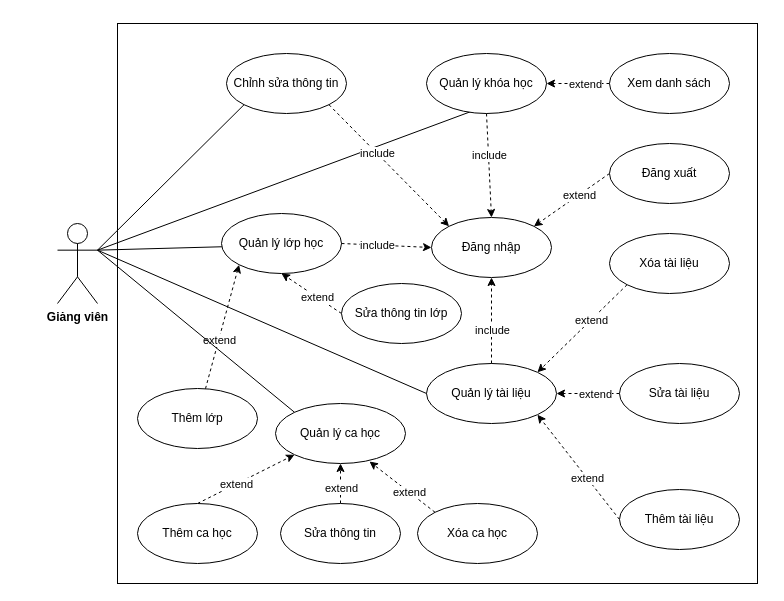
Earlier version of the draw.io diagram page "Usecase giảng viên" (4 of 5) of usecase.drawio (dctuyen/myFinalYearProject). Source tidied: cells renumbered, new cells numbered last; positions are measured from the earlier drawing's top-left corner, leaving out a move shared by most shapes. Both pictures are drawn from the tidied source at 100%, with x=0, y=0 at pixel (57, 23).
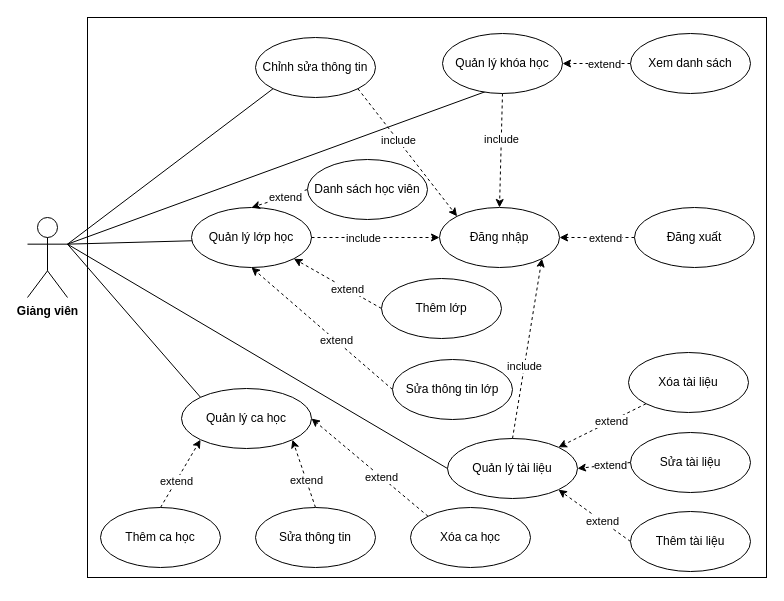
The same page after the edit.

Diff of the diagram source:
```diff
@@
     <mxCell id="2" style="rounded=0;whiteSpace=wrap;html=1;" parent="1" vertex="1">
-      <mxGeometry x="60" width="640" height="560" as="geometry" />
+      <mxGeometry x="30" y="-6" width="679" height="560" as="geometry" />
     </mxCell>
     <mxCell id="3" value="Đăng nhập" style="ellipse;whiteSpace=wrap;html=1;verticalAlign=middle;" parent="1" vertex="1">
-      <mxGeometry x="374" y="194" width="120" height="60" as="geometry" />
+      <mxGeometry x="382" y="184" width="120" height="60" as="geometry" />
     </mxCell>
     <mxCell id="4" value="&lt;b&gt;Giảng viên&lt;/b&gt;" style="shape=umlActor;verticalLabelPosition=bottom;verticalAlign=top;html=1;outlineConnect=0;" parent="1" vertex="1">
-      <mxGeometry y="200" width="40" height="80" as="geometry" />
+      <mxGeometry x="-30" y="194" width="40" height="80" as="geometry" />
     </mxCell>
@@
     <mxCell id="6" value="Quản lý tài liệu" style="ellipse;whiteSpace=wrap;html=1;verticalAlign=middle;" parent="1" vertex="1">
-      <mxGeometry x="369" y="340" width="130" height="60" as="geometry" />
+      <mxGeometry x="390" y="415" width="130" height="60" as="geometry" />
     </mxCell>
@@
     <mxCell id="8" value="Quản lý lớp học" style="ellipse;whiteSpace=wrap;html=1;verticalAlign=middle;" parent="1" vertex="1">
-      <mxGeometry x="164" y="190" width="120" height="60" as="geometry" />
+      <mxGeometry x="134" y="184" width="120" height="60" as="geometry" />
     </mxCell>
@@
     <mxCell id="10" value="Quản lý khóa học" style="ellipse;whiteSpace=wrap;html=1;verticalAlign=middle;" parent="1" vertex="1">
-      <mxGeometry x="369" y="30" width="120" height="60" as="geometry" />
+      <mxGeometry x="385" y="10" width="120" height="60" as="geometry" />
     </mxCell>
@@
-    <mxCell id="13" style="rounded=0;jettySize=auto;html=1;entryX=0.5;entryY=1;entryDx=0;entryDy=0;dashed=1;exitX=0.5;exitY=0;exitDx=0;exitDy=0;" parent="1" edge="1" source="6" target="3">
+    <mxCell id="13" style="rounded=0;jettySize=auto;html=1;entryX=1;entryY=1;entryDx=0;entryDy=0;dashed=1;exitX=0.5;exitY=0;exitDx=0;exitDy=0;" parent="1" edge="1" source="6" target="3">
       <mxGeometry relative="1" as="geometry" />
     </mxCell>
@@
     <mxCell id="17" value="Chỉnh sửa thông tin" style="ellipse;whiteSpace=wrap;html=1;verticalAlign=middle;" parent="1" vertex="1">
-      <mxGeometry x="169" y="30" width="120" height="60" as="geometry" />
+      <mxGeometry x="198" y="14" width="120" height="60" as="geometry" />
     </mxCell>
@@
-    <mxCell id="21" style="rounded=0;jettySize=auto;html=1;exitX=0;exitY=0.5;exitDx=0;exitDy=0;entryX=1;entryY=0;entryDx=0;entryDy=0;dashed=1;" parent="1" edge="1" source="23" target="3">
+    <mxCell id="21" style="rounded=0;jettySize=auto;html=1;exitX=0;exitY=0.5;exitDx=0;exitDy=0;entryX=1;entryY=0.5;entryDx=0;entryDy=0;dashed=1;" parent="1" edge="1" source="23" target="3">
       <mxGeometry relative="1" as="geometry" />
     </mxCell>
@@
     <mxCell id="23" value="Đăng xuất" style="ellipse;whiteSpace=wrap;html=1;verticalAlign=middle;" parent="1" vertex="1">
-      <mxGeometry x="552" y="120" width="120" height="60" as="geometry" />
+      <mxGeometry x="577" y="184" width="120" height="60" as="geometry" />
     </mxCell>
@@
     <mxCell id="26" value="Xem danh sách" style="ellipse;whiteSpace=wrap;html=1;verticalAlign=middle;" parent="1" vertex="1">
-      <mxGeometry x="552" y="30" width="120" height="60" as="geometry" />
+      <mxGeometry x="573" y="10" width="120" height="60" as="geometry" />
     </mxCell>
-    <mxCell id="27" style="rounded=0;jettySize=auto;html=1;entryX=0;entryY=1;entryDx=0;entryDy=0;dashed=1;" parent="1" edge="1" source="29" target="8">
+    <mxCell id="27" style="rounded=0;jettySize=auto;html=1;dashed=1;entryX=1;entryY=1;entryDx=0;entryDy=0;exitX=0;exitY=0.5;exitDx=0;exitDy=0;" parent="1" edge="1" source="29" target="8">
       <mxGeometry relative="1" as="geometry" />
     </mxCell>
@@
     <mxCell id="29" value="Thêm lớp" style="ellipse;whiteSpace=wrap;html=1;verticalAlign=middle;" parent="1" vertex="1">
-      <mxGeometry x="80" y="365" width="120" height="60" as="geometry" />
+      <mxGeometry x="324" y="255" width="120" height="60" as="geometry" />
     </mxCell>
@@
     <mxCell id="32" value="Sửa thông tin lớp" style="ellipse;whiteSpace=wrap;html=1;verticalAlign=middle;" parent="1" vertex="1">
-      <mxGeometry x="284" y="260" width="120" height="60" as="geometry" />
+      <mxGeometry x="335" y="336" width="120" height="60" as="geometry" />
     </mxCell>
@@
     <mxCell id="35" value="Thêm tài liệu" style="ellipse;whiteSpace=wrap;html=1;verticalAlign=middle;" parent="1" vertex="1">
-      <mxGeometry x="562" y="466" width="120" height="60" as="geometry" />
+      <mxGeometry x="573" y="488" width="120" height="60" as="geometry" />
     </mxCell>
@@
     <mxCell id="38" value="Sửa tài liệu" style="ellipse;whiteSpace=wrap;html=1;verticalAlign=middle;" parent="1" vertex="1">
-      <mxGeometry x="562" y="340" width="120" height="60" as="geometry" />
+      <mxGeometry x="573" y="409" width="120" height="60" as="geometry" />
     </mxCell>
@@
     <mxCell id="41" value="Xóa tài liệu" style="ellipse;whiteSpace=wrap;html=1;verticalAlign=middle;" parent="1" vertex="1">
-      <mxGeometry x="552" y="210" width="120" height="60" as="geometry" />
+      <mxGeometry x="571" y="329" width="120" height="60" as="geometry" />
     </mxCell>
     <mxCell id="42" value="Quản lý ca học" style="ellipse;whiteSpace=wrap;html=1;verticalAlign=middle;" parent="1" vertex="1">
-      <mxGeometry x="218" y="380" width="130" height="60" as="geometry" />
+      <mxGeometry x="124" y="365" width="130" height="60" as="geometry" />
     </mxCell>
@@
     <mxCell id="46" value="Thêm ca học" style="ellipse;whiteSpace=wrap;html=1;verticalAlign=middle;" parent="1" vertex="1">
-      <mxGeometry x="80" y="480" width="120" height="60" as="geometry" />
+      <mxGeometry x="43" y="484" width="120" height="60" as="geometry" />
     </mxCell>
-    <mxCell id="47" style="rounded=0;jettySize=auto;html=1;exitX=0.5;exitY=0;exitDx=0;exitDy=0;entryX=0.5;entryY=1;entryDx=0;entryDy=0;dashed=1;" parent="1" edge="1" source="49" target="42">
+    <mxCell id="47" style="rounded=0;jettySize=auto;html=1;exitX=0.5;exitY=0;exitDx=0;exitDy=0;entryX=1;entryY=1;entryDx=0;entryDy=0;dashed=1;" parent="1" edge="1" source="49" target="42">
       <mxGeometry relative="1" as="geometry" />
     </mxCell>
@@
     <mxCell id="49" value="Sửa thông tin" style="ellipse;whiteSpace=wrap;html=1;verticalAlign=middle;" parent="1" vertex="1">
-      <mxGeometry x="223" y="480" width="120" height="60" as="geometry" />
+      <mxGeometry x="198" y="484" width="120" height="60" as="geometry" />
     </mxCell>
-    <mxCell id="50" style="rounded=0;jettySize=auto;html=1;exitX=0;exitY=0;exitDx=0;exitDy=0;dashed=1;entryX=0.723;entryY=0.967;entryDx=0;entryDy=0;entryPerimeter=0;" parent="1" edge="1" source="52" target="42">
+    <mxCell id="50" style="rounded=0;jettySize=auto;html=1;exitX=0;exitY=0;exitDx=0;exitDy=0;dashed=1;entryX=1;entryY=0.5;entryDx=0;entryDy=0;" parent="1" edge="1" source="52" target="42">
       <mxGeometry relative="1" as="geometry" />
     </mxCell>
@@
     <mxCell id="52" value="Xóa ca học" style="ellipse;whiteSpace=wrap;html=1;verticalAlign=middle;" parent="1" vertex="1">
-      <mxGeometry x="360" y="480" width="120" height="60" as="geometry" />
+      <mxGeometry x="353" y="484" width="120" height="60" as="geometry" />
     </mxCell>
+    <mxCell id="53" style="rounded=0;jettySize=auto;html=1;exitX=0;exitY=0.5;exitDx=0;exitDy=0;entryX=0.5;entryY=0;entryDx=0;entryDy=0;dashed=1;" parent="1" edge="1" source="55" target="8">
+      <mxGeometry relative="1" as="geometry" />
+    </mxCell>
+    <mxCell id="54" value="extend" style="edgeLabel;html=1;align=center;verticalAlign=middle;" parent="53" vertex="1">
+      <mxGeometry x="-0.2" relative="1" as="geometry" />
+    </mxCell>
+    <mxCell id="55" value="Danh sách học viên" style="ellipse;whiteSpace=wrap;html=1;verticalAlign=middle;" parent="1" vertex="1">
+      <mxGeometry x="250" y="136" width="120" height="60" as="geometry" />
+    </mxCell>
```
